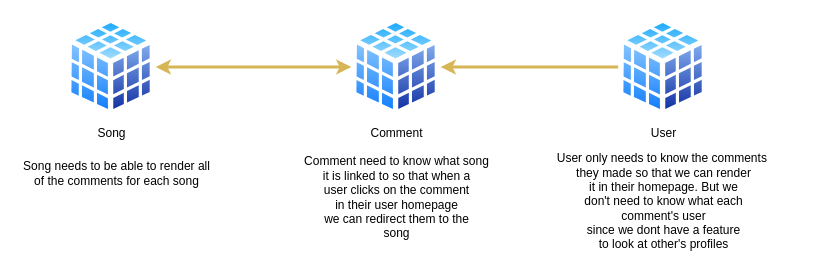
ReyhanArdiya/VIXUN-music-finder keeps this draw.io diagram as page "User, Song and Comment Relationship" (3 of 4) of VIXUN.drawio. Above is the earlier version. Source tidied: cells renumbered, new cells numbered last; positions are measured from the earlier drawing's top-left corner, leaving out a move shared by most shapes. Both pictures are drawn from the tidied source at 100%, with x=0, y=0 at pixel (17, 17).
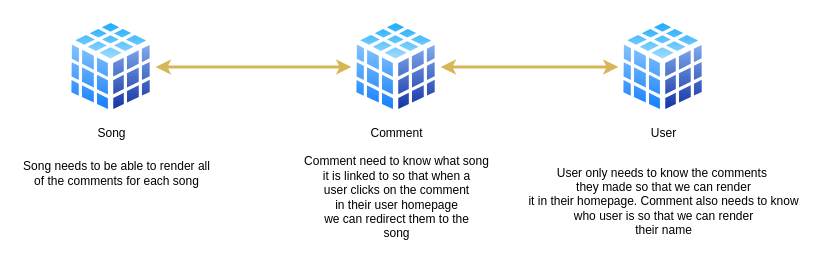
The same page after the edit.

The edit, as a diff of the source:
```diff
@@
 <mxGraphModel>
   <root>
     <mxCell id="0" />
     <mxCell id="1" parent="0" />
-    <mxCell id="2" style="edgeStyle=orthogonalEdgeStyle;rounded=0;jumpStyle=arc;jettySize=auto;html=1;startArrow=none;startFill=0;endFill=1;strokeColor=#d6b656;strokeWidth=3;fillColor=#fff2cc;" parent="1" edge="1" source="3" target="6">
+    <mxCell id="2" style="edgeStyle=orthogonalEdgeStyle;rounded=0;jumpStyle=arc;jettySize=auto;html=1;startArrow=classic;startFill=1;endFill=1;strokeColor=#d6b656;strokeWidth=3;fillColor=#fff2cc;" parent="1" edge="1" source="3" target="6">
       <mxGeometry relative="1" as="geometry" />
     </mxCell>
     <mxCell id="3" value="User" style="perimeter=ellipsePerimeter;html=1;align=center;shadow=0;dashed=0;spacingTop=3;image;image=img/lib/active_directory/database_cube.svg;fontFamily=Helvetica;" parent="1" vertex="1">
       <mxGeometry x="601" width="89.1" height="99" as="geometry" />
     </mxCell>
     <mxCell id="4" style="edgeStyle=orthogonalEdgeStyle;rounded=0;jettySize=auto;html=1;entryX=0;entryY=0.5;entryDx=0;entryDy=0;startArrow=classic;startFill=1;strokeColor=#d6b656;strokeWidth=3;fillColor=#fff2cc;endFill=1;" parent="1" edge="1" source="5" target="6">
       <mxGeometry relative="1" as="geometry" />
     </mxCell>
     <mxCell id="5" value="Song" style="perimeter=ellipsePerimeter;html=1;align=center;shadow=0;dashed=0;spacingTop=3;image;image=img/lib/active_directory/database_cube.svg;fontFamily=Helvetica;" parent="1" vertex="1">
       <mxGeometry x="49" width="89.1" height="99" as="geometry" />
     </mxCell>
     <mxCell id="6" value="Comment" style="perimeter=ellipsePerimeter;html=1;align=center;shadow=0;dashed=0;spacingTop=3;image;image=img/lib/active_directory/database_cube.svg;fontFamily=Helvetica;" parent="1" vertex="1">
       <mxGeometry x="334" width="89.1" height="99" as="geometry" />
     </mxCell>
     <mxCell id="7" value="Song needs to be able to render all &lt;br&gt;of the comments for each song" style="text;html=1;align=center;verticalAlign=middle;strokeColor=none;fillColor=none;" parent="1" vertex="1">
       <mxGeometry y="140" width="197" height="32" as="geometry" />
     </mxCell>
     <mxCell id="8" value="Comment need to know what song&lt;br&gt;it is linked to so that when a&lt;br&gt;user clicks on the comment&lt;br&gt;in their user homepage&lt;br&gt;we can redirect them to the&lt;br&gt;song" style="text;html=1;align=center;verticalAlign=middle;strokeColor=none;fillColor=none;" parent="1" vertex="1">
       <mxGeometry x="281.1" y="136" width="195" height="88" as="geometry" />
     </mxCell>
-    <mxCell id="9" value="User only needs to know the comments&amp;nbsp;&lt;br&gt;they made so that we can render&lt;br&gt;it in their homepage. But we&lt;br&gt;don't need to know what each&lt;br&gt;comment's user&lt;br&gt;since we dont have a feature&lt;br&gt;to look at other's profiles" style="text;html=1;align=center;verticalAlign=middle;strokeColor=none;fillColor=none;" parent="1" vertex="1">
-      <mxGeometry x="534" y="133" width="223" height="102" as="geometry" />
+    <mxCell id="9" value="User only needs to know the comments&amp;nbsp;&lt;br&gt;they made so that we can render&lt;br&gt;it in their homepage. Comment also needs to know&lt;br&gt;who user is so that we can render&lt;br&gt;their name" style="text;html=1;align=center;verticalAlign=middle;strokeColor=none;fillColor=none;" parent="1" vertex="1">
+      <mxGeometry x="506" y="148" width="280" height="72" as="geometry" />
     </mxCell>
   </root>
 </mxGraphModel>
```
